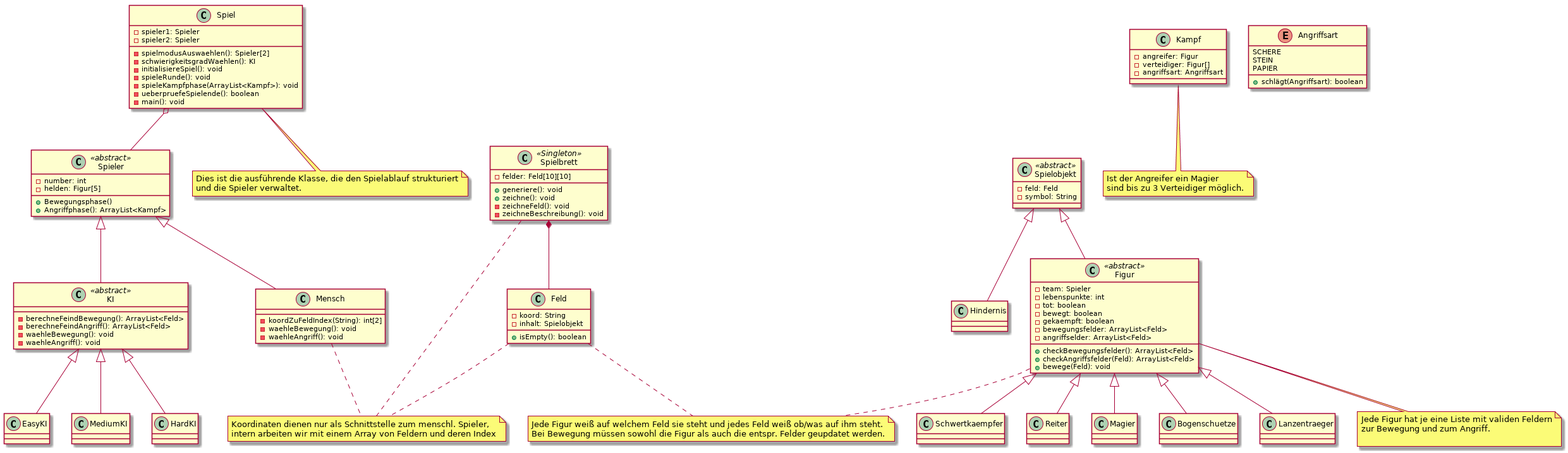
Vitja21/SE1PUE3 keeps this PlantUML diagram as Design/OOD/Diagramme/Klassendiagramm.png. Above is the earlier version.
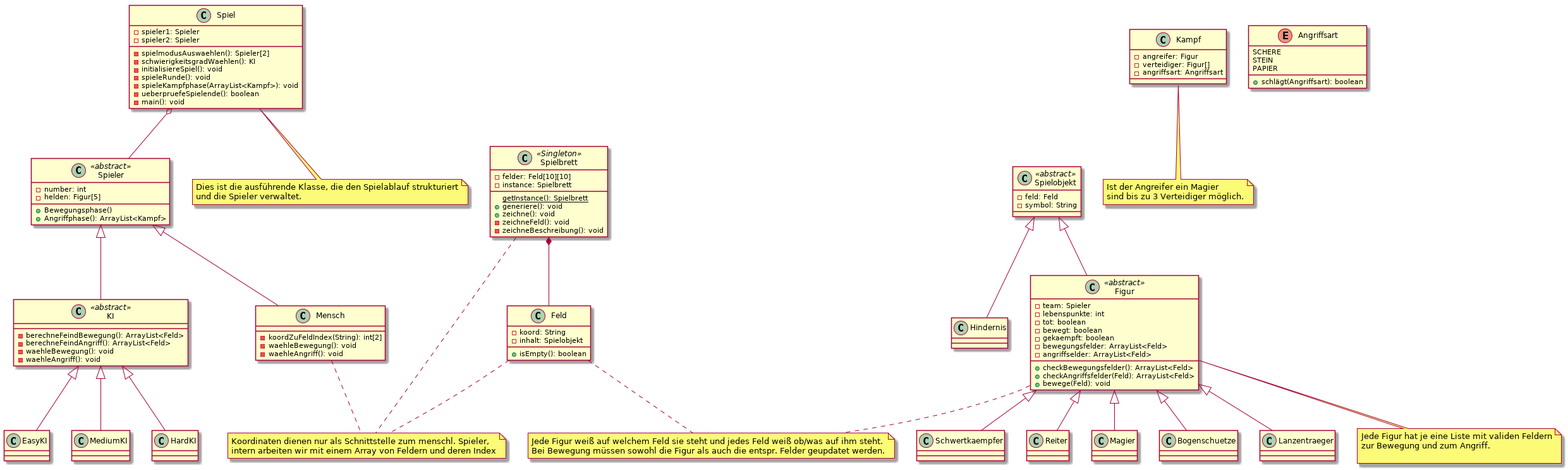
After the change.

Commit message:
Verdeutliche Singleton von Spielbrett

Change to the diagram source:
```diff
@@ -132,6 +132,8 @@
 
 class Spielbrett <<Singleton>> {
     -felder: Feld[10][10]
+    -instance: Spielbrett
+    {static} getInstance(): Spielbrett
     +generiere(): void
     +zeichne(): void
     -zeichneFeld(): void
```
